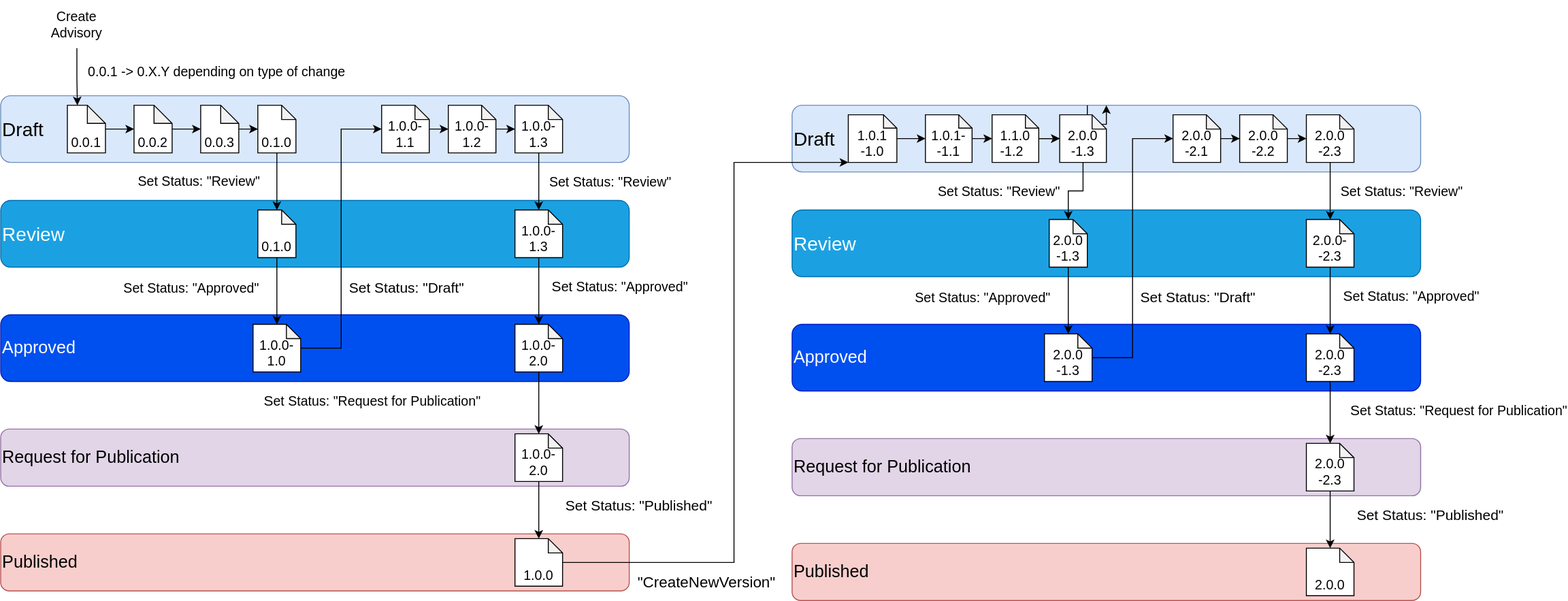
The draw.io diagram documents/workflowSemanticVersioning.drawio.svg in secvisogram/csaf-cms-backend, before a commit. Source tidied: cells renumbered, new cells last; positions are measured from the earlier drawing's top-left corner, leaving out a move shared by most shapes.
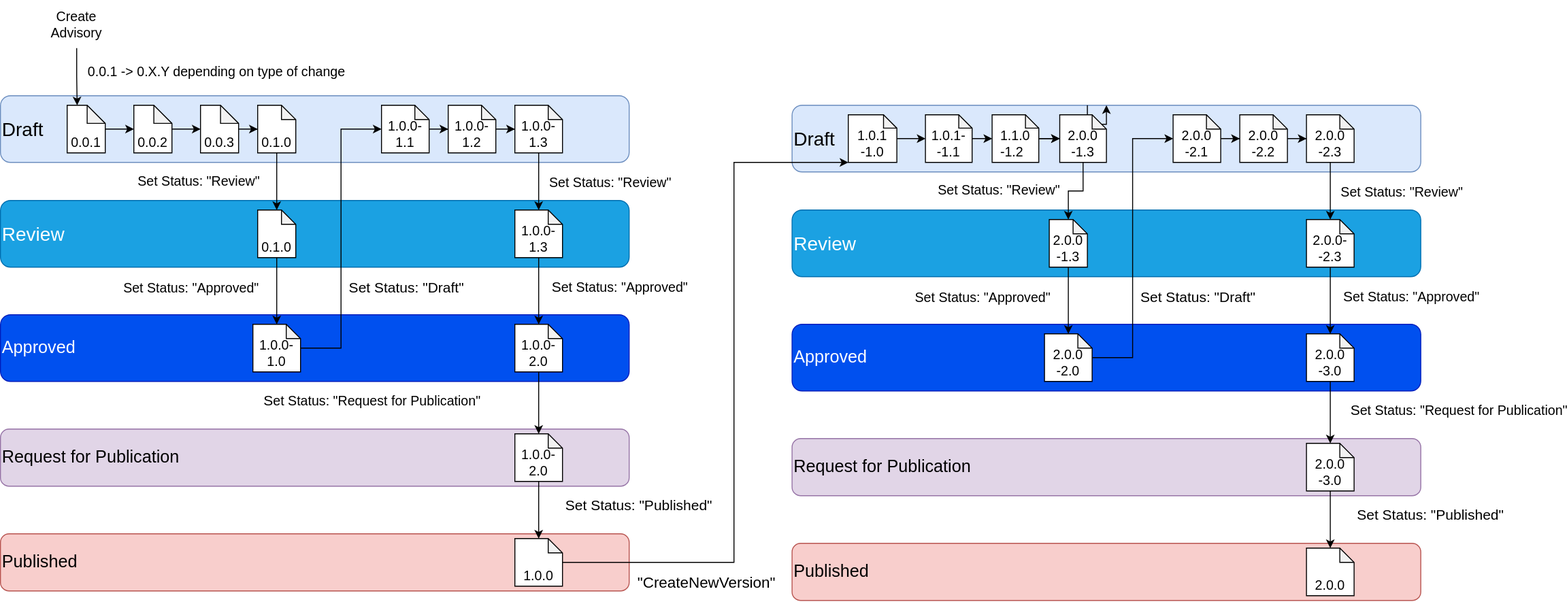
Later version of the same file.

Commit message:
fix(SemanticVersioning): workflow state change to Draft always only triggers raise in second part of pre-release part

The edit, as a diff of the source:
```diff
@@ -161,7 +161,7 @@
         <mxPoint x="1" as="offset" />
       </mxGeometry>
     </mxCell>
-    <mxCell id="53" value="2.0.0&lt;br&gt;-1.3" style="shape=note;whiteSpace=wrap;html=1;backgroundOutline=1;darkOpacity=0.05;fontSize=14;align=center;size=15;labelPosition=center;verticalLabelPosition=middle;verticalAlign=bottom;" parent="1" vertex="1">
+    <mxCell id="53" value="2.0.0&lt;br&gt;-2.0" style="shape=note;whiteSpace=wrap;html=1;backgroundOutline=1;darkOpacity=0.05;fontSize=14;align=center;size=15;labelPosition=center;verticalLabelPosition=middle;verticalAlign=bottom;" parent="1" vertex="1">
       <mxGeometry x="1096" y="350" width="50" height="50" as="geometry" />
     </mxCell>
     <mxCell id="54" style="edgeStyle=orthogonalEdgeStyle;rounded=0;jettySize=auto;html=1;fontSize=15;fontColor=#000000;" parent="1" edge="1" source="55" target="57">
@@ -191,13 +191,13 @@
     <mxCell id="62" value="S&lt;span style=&quot;font-size: 14px&quot;&gt;et Status: &quot;Request for Publication&quot;&lt;/span&gt;" style="edgeStyle=orthogonalEdgeStyle;rounded=0;jettySize=auto;html=1;entryX=0.5;entryY=0;entryDx=0;entryDy=0;entryPerimeter=0;fontSize=15;fontColor=#000000;" parent="1" edge="1" source="63" target="65">
       <mxGeometry x="-0.08" y="135" relative="1" as="geometry" />
     </mxCell>
-    <mxCell id="63" value="2.0.0&lt;br&gt;-2.3" style="shape=note;whiteSpace=wrap;html=1;backgroundOutline=1;darkOpacity=0.05;fontSize=14;align=center;size=15;labelPosition=center;verticalLabelPosition=middle;verticalAlign=bottom;" parent="1" vertex="1">
+    <mxCell id="63" value="2.0.0&lt;br&gt;-3.0" style="shape=note;whiteSpace=wrap;html=1;backgroundOutline=1;darkOpacity=0.05;fontSize=14;align=center;size=15;labelPosition=center;verticalLabelPosition=middle;verticalAlign=bottom;" parent="1" vertex="1">
       <mxGeometry x="1371" y="350" width="50" height="50" as="geometry" />
     </mxCell>
     <mxCell id="64" value="Set Status: &quot;Published&quot;" style="edgeStyle=orthogonalEdgeStyle;rounded=0;jettySize=auto;html=1;entryX=0.5;entryY=0;entryDx=0;entryDy=0;entryPerimeter=0;fontSize=15;fontColor=#000000;" parent="1" edge="1" source="65" target="66">
       <mxGeometry x="-0.17" y="105" relative="1" as="geometry" />
     </mxCell>
-    <mxCell id="65" value="2.0.0&lt;br&gt;-2.3" style="shape=note;whiteSpace=wrap;html=1;backgroundOutline=1;darkOpacity=0.05;fontSize=14;align=center;size=15;labelPosition=center;verticalLabelPosition=middle;verticalAlign=bottom;" parent="1" vertex="1">
+    <mxCell id="65" value="2.0.0&lt;br&gt;-3.0" style="shape=note;whiteSpace=wrap;html=1;backgroundOutline=1;darkOpacity=0.05;fontSize=14;align=center;size=15;labelPosition=center;verticalLabelPosition=middle;verticalAlign=bottom;" parent="1" vertex="1">
       <mxGeometry x="1371" y="465" width="50" height="50" as="geometry" />
     </mxCell>
     <mxCell id="66" value="2.0.0" style="shape=note;whiteSpace=wrap;html=1;backgroundOutline=1;darkOpacity=0.05;fontSize=14;align=center;size=15;labelPosition=center;verticalLabelPosition=middle;verticalAlign=bottom;" parent="1" vertex="1">
```
